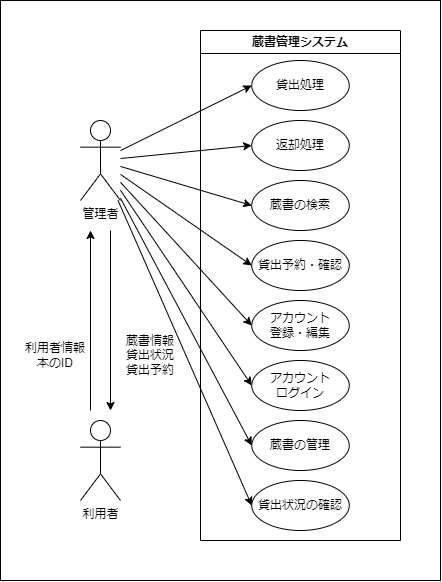
Above: documents/diagrams/ユースケース図.drawio.png in OMEGA-himajin/book_database (draw.io), before the change. Source tidied: cells renumbered, new cells last; positions are measured from the earlier drawing's top-left corner, leaving out a move shared by most shapes. Source of this version:
```xml
<mxGraphModel background="#ffffff">
  <root>
    <mxCell id="0" />
    <mxCell id="1" parent="0" />
    <mxCell id="2" style="edgeStyle=none;html=1;entryX=0;entryY=0.5;entryDx=0;entryDy=0;strokeColor=#000000;fontColor=#000000;" parent="1" edge="1" source="10" target="12">
      <mxGeometry relative="1" as="geometry" />
    </mxCell>
    <mxCell id="3" style="edgeStyle=none;html=1;entryX=0;entryY=0.5;entryDx=0;entryDy=0;strokeColor=#000000;fontColor=#000000;" parent="1" edge="1" source="10" target="13">
      <mxGeometry relative="1" as="geometry" />
    </mxCell>
    <mxCell id="4" style="edgeStyle=none;html=1;entryX=0;entryY=0.5;entryDx=0;entryDy=0;strokeColor=#000000;fontColor=#000000;" parent="1" edge="1" source="10" target="14">
      <mxGeometry relative="1" as="geometry" />
    </mxCell>
    <mxCell id="5" style="edgeStyle=none;html=1;entryX=0;entryY=0.5;entryDx=0;entryDy=0;strokeColor=#000000;fontColor=#000000;" parent="1" edge="1" source="10" target="15">
      <mxGeometry relative="1" as="geometry" />
    </mxCell>
    <mxCell id="6" style="edgeStyle=none;html=1;entryX=0;entryY=0.5;entryDx=0;entryDy=0;strokeColor=#000000;fontColor=#000000;" parent="1" edge="1" source="10" target="16">
      <mxGeometry relative="1" as="geometry" />
    </mxCell>
    <mxCell id="7" style="edgeStyle=none;html=1;entryX=0;entryY=0.5;entryDx=0;entryDy=0;strokeColor=#000000;fontColor=#000000;" parent="1" edge="1" source="10" target="17">
      <mxGeometry relative="1" as="geometry" />
    </mxCell>
    <mxCell id="8" style="edgeStyle=none;html=1;entryX=0;entryY=0.5;entryDx=0;entryDy=0;strokeColor=#000000;fontColor=#000000;" parent="1" edge="1" source="10" target="18">
      <mxGeometry relative="1" as="geometry" />
    </mxCell>
    <mxCell id="9" style="edgeStyle=none;html=1;entryX=0;entryY=0.5;entryDx=0;entryDy=0;strokeColor=#000000;fontColor=#000000;" parent="1" edge="1" source="10" target="19">
      <mxGeometry relative="1" as="geometry" />
    </mxCell>
    <mxCell id="10" value="&lt;font color=&quot;#000000&quot;&gt;管理者&lt;/font&gt;" style="shape=umlActor;verticalLabelPosition=bottom;verticalAlign=top;html=1;outlineConnect=0;fillColor=none;strokeColor=#000000;" parent="1" vertex="1">
      <mxGeometry x="80" y="120" width="40" height="80" as="geometry" />
    </mxCell>
    <mxCell id="11" value="&lt;font color=&quot;#000000&quot;&gt;蔵書管理システム&lt;/font&gt;" style="swimlane;whiteSpace=wrap;html=1;strokeColor=#000000;fillColor=none;" parent="1" vertex="1">
      <mxGeometry x="200" y="30" width="200" height="510" as="geometry" />
    </mxCell>
    <mxCell id="12" value="貸出処理" style="ellipse;whiteSpace=wrap;html=1;strokeColor=#000000;fontColor=#000000;fillColor=none;" parent="11" vertex="1">
      <mxGeometry x="51.2" y="30" width="97.5" height="50" as="geometry" />
    </mxCell>
    <mxCell id="13" value="返却処理" style="ellipse;whiteSpace=wrap;html=1;strokeColor=#000000;fontColor=#000000;fillColor=none;" parent="11" vertex="1">
      <mxGeometry x="51.2" y="90" width="97.5" height="50" as="geometry" />
    </mxCell>
    <mxCell id="14" value="蔵書の検索" style="ellipse;whiteSpace=wrap;html=1;strokeColor=#000000;fontColor=#000000;fillColor=none;" parent="11" vertex="1">
      <mxGeometry x="51.2" y="150" width="97.5" height="50" as="geometry" />
    </mxCell>
    <mxCell id="15" value="貸出予約・確認" style="ellipse;whiteSpace=wrap;html=1;strokeColor=#000000;fontColor=#000000;fillColor=none;" parent="11" vertex="1">
      <mxGeometry x="51.2" y="210" width="97.5" height="50" as="geometry" />
    </mxCell>
    <mxCell id="16" value="アカウント&lt;br&gt;登録・編集" style="ellipse;whiteSpace=wrap;html=1;strokeColor=#000000;fontColor=#000000;fillColor=none;" parent="11" vertex="1">
      <mxGeometry x="51.2" y="270" width="97.5" height="50" as="geometry" />
    </mxCell>
    <mxCell id="17" value="アカウント&lt;br&gt;ログイン" style="ellipse;whiteSpace=wrap;html=1;strokeColor=#000000;fontColor=#000000;fillColor=none;" parent="11" vertex="1">
      <mxGeometry x="51.2" y="330" width="97.5" height="50" as="geometry" />
    </mxCell>
    <mxCell id="18" value="蔵書の管理" style="ellipse;whiteSpace=wrap;html=1;strokeColor=#000000;fontColor=#000000;fillColor=none;" parent="11" vertex="1">
      <mxGeometry x="51.2" y="390" width="97.5" height="50" as="geometry" />
    </mxCell>
    <mxCell id="19" value="貸出状況の確認" style="ellipse;whiteSpace=wrap;html=1;strokeColor=#000000;fontColor=#000000;fillColor=none;" parent="11" vertex="1">
      <mxGeometry x="51.2" y="450" width="97.5" height="50" as="geometry" />
    </mxCell>
    <mxCell id="20" value="&lt;font color=&quot;#000000&quot;&gt;利用者&lt;/font&gt;" style="shape=umlActor;verticalLabelPosition=bottom;verticalAlign=top;html=1;fillColor=none;strokeColor=#000000;" parent="1" vertex="1">
      <mxGeometry x="80" y="420" width="40" height="80" as="geometry" />
    </mxCell>
    <mxCell id="21" style="endArrow=classic;html=1;strokeColor=#000000;fontColor=#000000;" parent="1" edge="1">
      <mxGeometry relative="1" as="geometry">
        <mxPoint x="90" y="410" as="sourcePoint" />
        <mxPoint x="90" y="230" as="targetPoint" />
      </mxGeometry>
    </mxCell>
    <mxCell id="22" style="endArrow=classic;html=1;strokeColor=#000000;fontColor=#000000;" parent="1" edge="1">
      <mxGeometry relative="1" as="geometry">
        <mxPoint x="110" y="230" as="sourcePoint" />
        <mxPoint x="110" y="410" as="targetPoint" />
      </mxGeometry>
    </mxCell>
    <mxCell id="23" value="利用者情報&lt;br&gt;本のID" style="text;html=1;strokeColor=none;fillColor=none;align=center;verticalAlign=middle;whiteSpace=wrap;rounded=0;fontColor=#000000;" parent="1" vertex="1">
      <mxGeometry x="20" y="340" width="70" height="30" as="geometry" />
    </mxCell>
    <mxCell id="24" value="蔵書情報&lt;br&gt;貸出状況&lt;br&gt;貸出予約" style="text;html=1;strokeColor=none;fillColor=none;align=center;verticalAlign=middle;whiteSpace=wrap;rounded=0;fontColor=#000000;" parent="1" vertex="1">
      <mxGeometry x="120" y="340" width="60" height="30" as="geometry" />
    </mxCell>
    <mxCell id="25" style="rounded=0;whiteSpace=wrap;html=1;fillColor=none;" parent="1" vertex="1">
      <mxGeometry width="440" height="580" as="geometry" />
    </mxCell>
  </root>
</mxGraphModel>
```
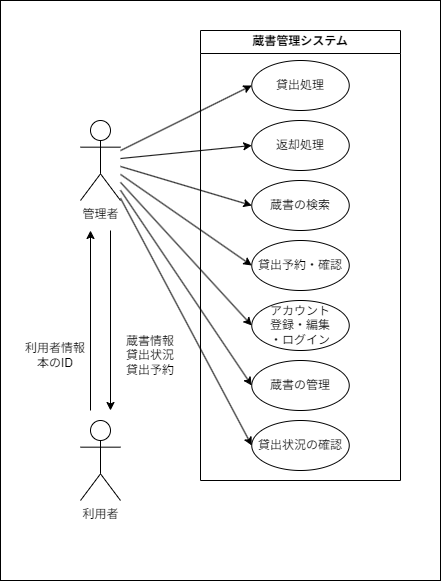
After the change.

Commit message:
doc: fixed usecase diagram

What changed in the source:
```diff
@@ -2,6 +2,9 @@
   <root>
     <mxCell id="0" />
     <mxCell id="1" parent="0" />
+    <mxCell id="25" style="rounded=0;whiteSpace=wrap;html=1;fillColor=none;" parent="1" vertex="1">
+      <mxGeometry width="440" height="580" as="geometry" />
+    </mxCell>
     <mxCell id="2" style="edgeStyle=none;html=1;entryX=0;entryY=0.5;entryDx=0;entryDy=0;strokeColor=#000000;fontColor=#000000;" parent="1" edge="1" source="10" target="12">
       <mxGeometry relative="1" as="geometry" />
     </mxCell>
@@ -17,9 +20,6 @@
     <mxCell id="6" style="edgeStyle=none;html=1;entryX=0;entryY=0.5;entryDx=0;entryDy=0;strokeColor=#000000;fontColor=#000000;" parent="1" edge="1" source="10" target="16">
       <mxGeometry relative="1" as="geometry" />
     </mxCell>
-    <mxCell id="7" style="edgeStyle=none;html=1;entryX=0;entryY=0.5;entryDx=0;entryDy=0;strokeColor=#000000;fontColor=#000000;" parent="1" edge="1" source="10" target="17">
-      <mxGeometry relative="1" as="geometry" />
-    </mxCell>
     <mxCell id="8" style="edgeStyle=none;html=1;entryX=0;entryY=0.5;entryDx=0;entryDy=0;strokeColor=#000000;fontColor=#000000;" parent="1" edge="1" source="10" target="18">
       <mxGeometry relative="1" as="geometry" />
     </mxCell>
@@ -30,7 +30,7 @@
       <mxGeometry x="80" y="120" width="40" height="80" as="geometry" />
     </mxCell>
     <mxCell id="11" value="&lt;font color=&quot;#000000&quot;&gt;蔵書管理システム&lt;/font&gt;" style="swimlane;whiteSpace=wrap;html=1;strokeColor=#000000;fillColor=none;" parent="1" vertex="1">
-      <mxGeometry x="200" y="30" width="200" height="510" as="geometry" />
+      <mxGeometry x="200" y="30" width="200" height="450" as="geometry" />
     </mxCell>
     <mxCell id="12" value="貸出処理" style="ellipse;whiteSpace=wrap;html=1;strokeColor=#000000;fontColor=#000000;fillColor=none;" parent="11" vertex="1">
       <mxGeometry x="51.2" y="30" width="97.5" height="50" as="geometry" />
@@ -44,17 +44,14 @@
     <mxCell id="15" value="貸出予約・確認" style="ellipse;whiteSpace=wrap;html=1;strokeColor=#000000;fontColor=#000000;fillColor=none;" parent="11" vertex="1">
       <mxGeometry x="51.2" y="210" width="97.5" height="50" as="geometry" />
     </mxCell>
-    <mxCell id="16" value="アカウント&lt;br&gt;登録・編集" style="ellipse;whiteSpace=wrap;html=1;strokeColor=#000000;fontColor=#000000;fillColor=none;" parent="11" vertex="1">
+    <mxCell id="16" value="アカウント&lt;br&gt;登録・編集&lt;br&gt;・ログイン" style="ellipse;whiteSpace=wrap;html=1;strokeColor=#000000;fontColor=#000000;fillColor=none;" parent="11" vertex="1">
       <mxGeometry x="51.2" y="270" width="97.5" height="50" as="geometry" />
     </mxCell>
-    <mxCell id="17" value="アカウント&lt;br&gt;ログイン" style="ellipse;whiteSpace=wrap;html=1;strokeColor=#000000;fontColor=#000000;fillColor=none;" parent="11" vertex="1">
-      <mxGeometry x="51.2" y="330" width="97.5" height="50" as="geometry" />
-    </mxCell>
     <mxCell id="18" value="蔵書の管理" style="ellipse;whiteSpace=wrap;html=1;strokeColor=#000000;fontColor=#000000;fillColor=none;" parent="11" vertex="1">
-      <mxGeometry x="51.2" y="390" width="97.5" height="50" as="geometry" />
+      <mxGeometry x="51.2" y="330" width="97.5" height="50" as="geometry" />
     </mxCell>
     <mxCell id="19" value="貸出状況の確認" style="ellipse;whiteSpace=wrap;html=1;strokeColor=#000000;fontColor=#000000;fillColor=none;" parent="11" vertex="1">
-      <mxGeometry x="51.2" y="450" width="97.5" height="50" as="geometry" />
+      <mxGeometry x="51.2" y="390" width="97.5" height="50" as="geometry" />
     </mxCell>
     <mxCell id="20" value="&lt;font color=&quot;#000000&quot;&gt;利用者&lt;/font&gt;" style="shape=umlActor;verticalLabelPosition=bottom;verticalAlign=top;html=1;fillColor=none;strokeColor=#000000;" parent="1" vertex="1">
       <mxGeometry x="80" y="420" width="40" height="80" as="geometry" />
@@ -77,8 +74,5 @@
     <mxCell id="24" value="蔵書情報&lt;br&gt;貸出状況&lt;br&gt;貸出予約" style="text;html=1;strokeColor=none;fillColor=none;align=center;verticalAlign=middle;whiteSpace=wrap;rounded=0;fontColor=#000000;" parent="1" vertex="1">
       <mxGeometry x="120" y="340" width="60" height="30" as="geometry" />
     </mxCell>
-    <mxCell id="25" style="rounded=0;whiteSpace=wrap;html=1;fillColor=none;" parent="1" vertex="1">
-      <mxGeometry width="440" height="580" as="geometry" />
-    </mxCell>
   </root>
 </mxGraphModel>
```
